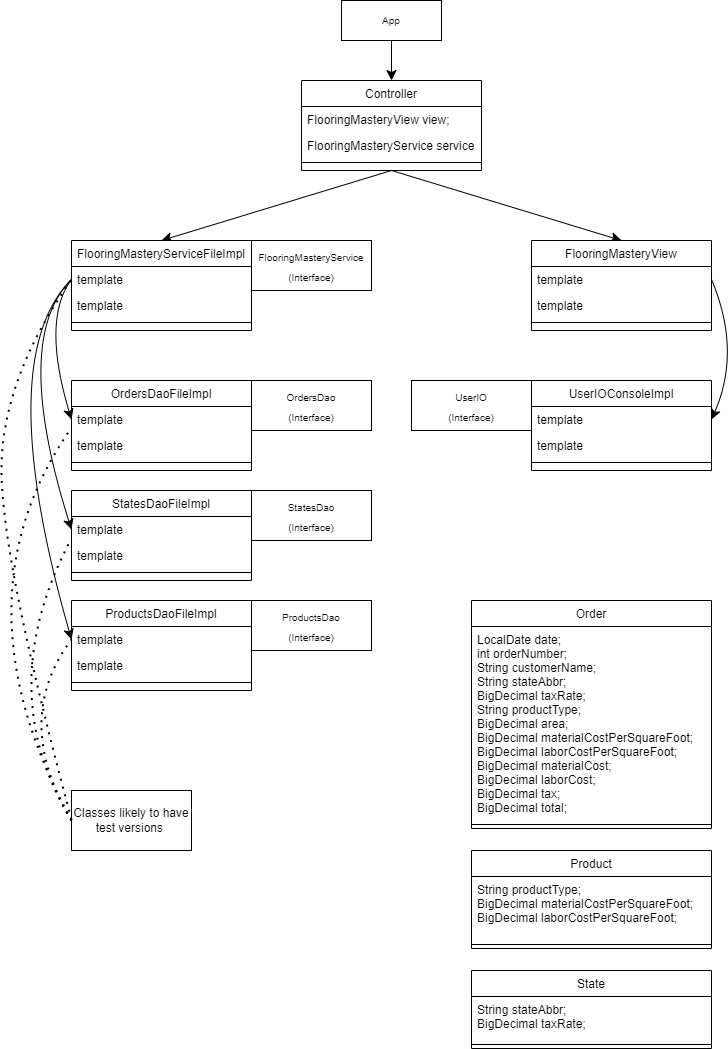
The draw.io diagram FlooringMasteryClassDiagram.drawio.png in winters828/winters828, before a commit. Source tidied: cells renumbered, new cells last; positions are measured from the earlier drawing's top-left corner, leaving out a move shared by most shapes.
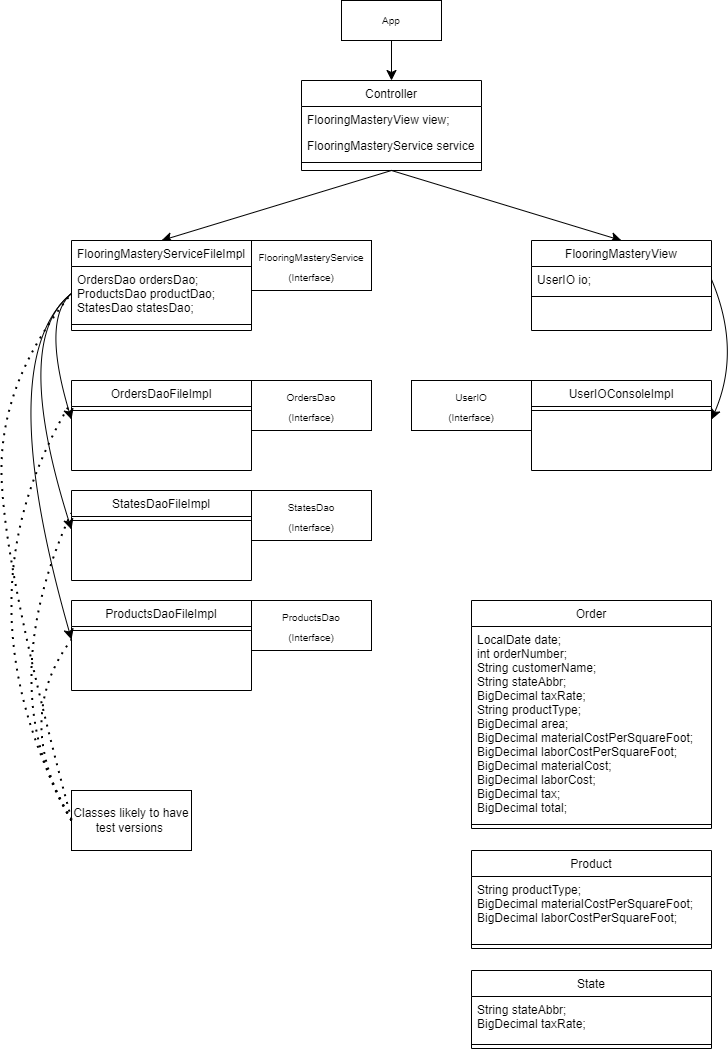
After the commit.

What changed in the source:
```diff
@@ -26,14 +26,11 @@
     <mxCell id="9" value="FlooringMasteryServiceFileImpl" style="swimlane;fontStyle=0;align=center;verticalAlign=top;horizontal=1;startSize=26;rounded=0;shadow=0;strokeWidth=1;" parent="1" vertex="1">
       <mxGeometry x="120" y="240" width="180" height="90" as="geometry" />
     </mxCell>
-    <mxCell id="10" value="template" style="text;align=left;verticalAlign=top;spacingLeft=4;spacingRight=4;overflow=hidden;points=[[0,0.5],[1,0.5]];portConstraint=eastwest;" parent="9" vertex="1">
-      <mxGeometry y="26" width="180" height="26" as="geometry" />
+    <mxCell id="10" value="OrdersDao ordersDao;&#10;ProductsDao productDao;&#10;StatesDao statesDao;" style="text;align=left;verticalAlign=top;spacingLeft=4;spacingRight=4;overflow=hidden;points=[[0,0.5],[1,0.5]];portConstraint=eastwest;" parent="9" vertex="1">
+      <mxGeometry y="26" width="180" height="54" as="geometry" />
     </mxCell>
-    <mxCell id="11" value="template" style="text;align=left;verticalAlign=top;spacingLeft=4;spacingRight=4;overflow=hidden;rounded=0;shadow=0;html=0;" parent="9" vertex="1">
-      <mxGeometry y="52" width="180" height="26" as="geometry" />
-    </mxCell>
     <mxCell id="12" style="line;html=1;strokeWidth=1;align=left;verticalAlign=middle;spacingTop=-1;spacingLeft=3;spacingRight=3;labelPosition=right;" parent="9" vertex="1">
-      <mxGeometry y="78" width="180" height="8" as="geometry" />
+      <mxGeometry y="80" width="180" height="8" as="geometry" />
     </mxCell>
     <mxCell id="13" style="edgeStyle=none;curved=1;rounded=0;orthogonalLoop=1;jettySize=auto;html=1;entryX=1;entryY=0.5;entryDx=0;entryDy=0;fontSize=12;startSize=8;endSize=8;" parent="9" edge="1" source="10" target="10">
       <mxGeometry relative="1" as="geometry" />
@@ -41,14 +38,11 @@
     <mxCell id="14" value="FlooringMasteryView" style="swimlane;fontStyle=0;align=center;verticalAlign=top;horizontal=1;startSize=26;rounded=0;shadow=0;strokeWidth=1;" parent="1" vertex="1">
       <mxGeometry x="580" y="240" width="180" height="90" as="geometry" />
     </mxCell>
-    <mxCell id="15" value="template" style="text;align=left;verticalAlign=top;spacingLeft=4;spacingRight=4;overflow=hidden;points=[[0,0.5],[1,0.5]];portConstraint=eastwest;" parent="14" vertex="1">
+    <mxCell id="15" value="UserIO io;" style="text;align=left;verticalAlign=top;spacingLeft=4;spacingRight=4;overflow=hidden;points=[[0,0.5],[1,0.5]];portConstraint=eastwest;" parent="14" vertex="1">
       <mxGeometry y="26" width="180" height="26" as="geometry" />
     </mxCell>
-    <mxCell id="16" value="template" style="text;align=left;verticalAlign=top;spacingLeft=4;spacingRight=4;overflow=hidden;rounded=0;shadow=0;html=0;" parent="14" vertex="1">
-      <mxGeometry y="52" width="180" height="26" as="geometry" />
-    </mxCell>
     <mxCell id="17" style="line;html=1;strokeWidth=1;align=left;verticalAlign=middle;spacingTop=-1;spacingLeft=3;spacingRight=3;labelPosition=right;" parent="14" vertex="1">
-      <mxGeometry y="78" width="180" height="8" as="geometry" />
+      <mxGeometry y="52" width="180" height="8" as="geometry" />
     </mxCell>
     <mxCell id="18" style="edgeStyle=none;curved=1;rounded=0;orthogonalLoop=1;jettySize=auto;html=1;entryX=1;entryY=0.5;entryDx=0;entryDy=0;fontSize=12;startSize=8;endSize=8;" parent="14" edge="1" source="15" target="15">
       <mxGeometry relative="1" as="geometry" />
@@ -56,64 +50,58 @@
     <mxCell id="19" value="OrdersDaoFileImpl" style="swimlane;fontStyle=0;align=center;verticalAlign=top;horizontal=1;startSize=26;rounded=0;shadow=0;strokeWidth=1;" parent="1" vertex="1">
       <mxGeometry x="120" y="380" width="180" height="90" as="geometry" />
     </mxCell>
-    <mxCell id="20" value="template" style="text;align=left;verticalAlign=top;spacingLeft=4;spacingRight=4;overflow=hidden;points=[[0,0.5],[1,0.5]];portConstraint=eastwest;" parent="19" vertex="1">
-      <mxGeometry y="26" width="180" height="26" as="geometry" />
-    </mxCell>
-    <mxCell id="21" value="template" style="text;align=left;verticalAlign=top;spacingLeft=4;spacingRight=4;overflow=hidden;points=[[0,0.5],[1,0.5]];portConstraint=eastwest;rounded=0;shadow=0;html=0;" parent="19" vertex="1">
-      <mxGeometry y="52" width="180" height="26" as="geometry" />
-    </mxCell>
     <mxCell id="22" style="line;html=1;strokeWidth=1;align=left;verticalAlign=middle;spacingTop=-1;spacingLeft=3;spacingRight=3;labelPosition=right;" parent="19" vertex="1">
-      <mxGeometry y="78" width="180" height="8" as="geometry" />
+      <mxGeometry y="26" width="180" height="8" as="geometry" />
     </mxCell>
-    <mxCell id="23" style="edgeStyle=none;curved=1;rounded=0;orthogonalLoop=1;jettySize=auto;html=1;entryX=1;entryY=0.5;entryDx=0;entryDy=0;fontSize=12;startSize=8;endSize=8;" parent="19" edge="1" source="20" target="20">
-      <mxGeometry relative="1" as="geometry" />
+    <mxCell id="23" style="edgeStyle=none;curved=1;rounded=0;orthogonalLoop=1;jettySize=auto;html=1;entryX=1;entryY=0.5;entryDx=0;entryDy=0;fontSize=12;startSize=8;endSize=8;" parent="19" edge="1">
+      <mxGeometry relative="1" as="geometry">
+        <mxPoint x="180" y="39" as="sourcePoint" />
+        <mxPoint x="180" y="39" as="targetPoint" />
+      </mxGeometry>
     </mxCell>
     <mxCell id="24" value="ProductsDaoFileImpl" style="swimlane;fontStyle=0;align=center;verticalAlign=top;horizontal=1;startSize=26;rounded=0;shadow=0;strokeWidth=1;" parent="1" vertex="1">
       <mxGeometry x="120" y="600" width="180" height="90" as="geometry" />
     </mxCell>
-    <mxCell id="25" value="template" style="text;align=left;verticalAlign=top;spacingLeft=4;spacingRight=4;overflow=hidden;points=[[0,0.5],[1,0.5]];portConstraint=eastwest;" parent="24" vertex="1">
-      <mxGeometry y="26" width="180" height="26" as="geometry" />
-    </mxCell>
-    <mxCell id="26" value="template" style="text;align=left;verticalAlign=top;spacingLeft=4;spacingRight=4;overflow=hidden;rounded=0;shadow=0;html=0;" parent="24" vertex="1">
-      <mxGeometry y="52" width="180" height="26" as="geometry" />
-    </mxCell>
     <mxCell id="27" style="line;html=1;strokeWidth=1;align=left;verticalAlign=middle;spacingTop=-1;spacingLeft=3;spacingRight=3;labelPosition=right;" parent="24" vertex="1">
-      <mxGeometry y="78" width="180" height="8" as="geometry" />
+      <mxGeometry y="26" width="180" height="8" as="geometry" />
     </mxCell>
-    <mxCell id="28" style="edgeStyle=none;curved=1;rounded=0;orthogonalLoop=1;jettySize=auto;html=1;entryX=1;entryY=0.5;entryDx=0;entryDy=0;fontSize=12;startSize=8;endSize=8;" parent="24" edge="1" source="25" target="25">
-      <mxGeometry relative="1" as="geometry" />
+    <mxCell id="28" style="edgeStyle=none;curved=1;rounded=0;orthogonalLoop=1;jettySize=auto;html=1;entryX=1;entryY=0.5;entryDx=0;entryDy=0;fontSize=12;startSize=8;endSize=8;" parent="24" edge="1">
+      <mxGeometry relative="1" as="geometry">
+        <mxPoint x="180" y="39" as="sourcePoint" />
+        <mxPoint x="180" y="39" as="targetPoint" />
+      </mxGeometry>
     </mxCell>
     <mxCell id="29" value="StatesDaoFileImpl" style="swimlane;fontStyle=0;align=center;verticalAlign=top;horizontal=1;startSize=26;rounded=0;shadow=0;strokeWidth=1;" parent="1" vertex="1">
       <mxGeometry x="120" y="490" width="180" height="90" as="geometry" />
     </mxCell>
-    <mxCell id="30" value="template" style="text;align=left;verticalAlign=top;spacingLeft=4;spacingRight=4;overflow=hidden;points=[[0,0.5],[1,0.5]];portConstraint=eastwest;" parent="29" vertex="1">
-      <mxGeometry y="26" width="180" height="26" as="geometry" />
-    </mxCell>
-    <mxCell id="31" value="template" style="text;align=left;verticalAlign=top;spacingLeft=4;spacingRight=4;overflow=hidden;points=[[0,0.5],[1,0.5]];portConstraint=eastwest;rounded=0;shadow=0;html=0;" parent="29" vertex="1">
-      <mxGeometry y="52" width="180" height="26" as="geometry" />
-    </mxCell>
     <mxCell id="32" style="line;html=1;strokeWidth=1;align=left;verticalAlign=middle;spacingTop=-1;spacingLeft=3;spacingRight=3;labelPosition=right;" parent="29" vertex="1">
-      <mxGeometry y="78" width="180" height="8" as="geometry" />
+      <mxGeometry y="26" width="180" height="8" as="geometry" />
     </mxCell>
-    <mxCell id="33" style="edgeStyle=none;curved=1;rounded=0;orthogonalLoop=1;jettySize=auto;html=1;entryX=1;entryY=0.5;entryDx=0;entryDy=0;fontSize=12;startSize=8;endSize=8;" parent="29" edge="1" source="30" target="30">
-      <mxGeometry relative="1" as="geometry" />
+    <mxCell id="33" style="edgeStyle=none;curved=1;rounded=0;orthogonalLoop=1;jettySize=auto;html=1;entryX=1;entryY=0.5;entryDx=0;entryDy=0;fontSize=12;startSize=8;endSize=8;" parent="29" edge="1">
+      <mxGeometry relative="1" as="geometry">
+        <mxPoint x="180" y="39" as="sourcePoint" />
+        <mxPoint x="180" y="39" as="targetPoint" />
+      </mxGeometry>
     </mxCell>
-    <mxCell id="34" style="edgeStyle=none;curved=1;rounded=0;jettySize=auto;html=1;exitX=0;exitY=0.5;exitDx=0;exitDy=0;fontSize=12;startSize=8;endSize=8;entryX=0;entryY=0.5;entryDx=0;entryDy=0;" parent="1" edge="1" source="10" target="20">
+    <mxCell id="34" style="edgeStyle=none;curved=1;rounded=0;jettySize=auto;html=1;exitX=0;exitY=0.5;exitDx=0;exitDy=0;fontSize=12;startSize=8;endSize=8;entryX=0;entryY=0.5;entryDx=0;entryDy=0;" parent="1" edge="1" source="10">
       <mxGeometry relative="1" as="geometry">
+        <mxPoint x="120" y="419" as="targetPoint" />
         <Array as="points">
           <mxPoint x="90" y="319" />
         </Array>
       </mxGeometry>
     </mxCell>
-    <mxCell id="35" style="edgeStyle=none;curved=1;rounded=0;jettySize=auto;html=1;exitX=0;exitY=0.5;exitDx=0;exitDy=0;fontSize=12;startSize=8;endSize=8;entryX=0;entryY=0.5;entryDx=0;entryDy=0;" parent="1" edge="1" source="10" target="30">
+    <mxCell id="35" style="edgeStyle=none;curved=1;rounded=0;jettySize=auto;html=1;exitX=0;exitY=0.5;exitDx=0;exitDy=0;fontSize=12;startSize=8;endSize=8;entryX=0;entryY=0.5;entryDx=0;entryDy=0;" parent="1" edge="1" source="10">
       <mxGeometry relative="1" as="geometry">
+        <mxPoint x="120" y="529" as="targetPoint" />
         <Array as="points">
           <mxPoint x="60" y="339" />
         </Array>
       </mxGeometry>
     </mxCell>
-    <mxCell id="36" style="edgeStyle=none;curved=1;rounded=0;jettySize=auto;html=1;exitX=0;exitY=0.5;exitDx=0;exitDy=0;fontSize=12;startSize=8;endSize=8;entryX=0;entryY=0.5;entryDx=0;entryDy=0;" parent="1" edge="1" source="10" target="25">
+    <mxCell id="36" style="edgeStyle=none;curved=1;rounded=0;jettySize=auto;html=1;exitX=0;exitY=0.5;exitDx=0;exitDy=0;fontSize=12;startSize=8;endSize=8;entryX=0;entryY=0.5;entryDx=0;entryDy=0;" parent="1" edge="1" source="10">
       <mxGeometry relative="1" as="geometry">
+        <mxPoint x="120" y="639" as="targetPoint" />
         <Array as="points">
           <mxPoint x="40" y="359" />
         </Array>
@@ -134,20 +122,18 @@
     <mxCell id="41" value="UserIOConsoleImpl" style="swimlane;fontStyle=0;align=center;verticalAlign=top;horizontal=1;startSize=26;rounded=0;shadow=0;strokeWidth=1;" parent="1" vertex="1">
       <mxGeometry x="580" y="380" width="180" height="90" as="geometry" />
     </mxCell>
-    <mxCell id="42" value="template" style="text;align=left;verticalAlign=top;spacingLeft=4;spacingRight=4;overflow=hidden;points=[[0,0.5],[1,0.5]];portConstraint=eastwest;" parent="41" vertex="1">
-      <mxGeometry y="26" width="180" height="26" as="geometry" />
-    </mxCell>
-    <mxCell id="43" value="template" style="text;align=left;verticalAlign=top;spacingLeft=4;spacingRight=4;overflow=hidden;rounded=0;shadow=0;html=0;" parent="41" vertex="1">
-      <mxGeometry y="52" width="180" height="26" as="geometry" />
-    </mxCell>
     <mxCell id="44" style="line;html=1;strokeWidth=1;align=left;verticalAlign=middle;spacingTop=-1;spacingLeft=3;spacingRight=3;labelPosition=right;" parent="41" vertex="1">
-      <mxGeometry y="78" width="180" height="8" as="geometry" />
+      <mxGeometry y="26" width="180" height="8" as="geometry" />
     </mxCell>
-    <mxCell id="45" style="edgeStyle=none;curved=1;rounded=0;orthogonalLoop=1;jettySize=auto;html=1;entryX=1;entryY=0.5;entryDx=0;entryDy=0;fontSize=12;startSize=8;endSize=8;" parent="41" edge="1" source="42" target="42">
-      <mxGeometry relative="1" as="geometry" />
+    <mxCell id="45" style="edgeStyle=none;curved=1;rounded=0;orthogonalLoop=1;jettySize=auto;html=1;entryX=1;entryY=0.5;entryDx=0;entryDy=0;fontSize=12;startSize=8;endSize=8;" parent="41" edge="1">
+      <mxGeometry relative="1" as="geometry">
+        <mxPoint x="180" y="39" as="sourcePoint" />
+        <mxPoint x="180" y="39" as="targetPoint" />
+      </mxGeometry>
     </mxCell>
-    <mxCell id="46" style="edgeStyle=none;curved=1;rounded=0;jettySize=auto;html=1;exitX=1;exitY=0.5;exitDx=0;exitDy=0;fontSize=10;startSize=8;endSize=8;entryX=1;entryY=0.5;entryDx=0;entryDy=0;" parent="1" edge="1" source="15" target="42">
+    <mxCell id="46" style="edgeStyle=none;curved=1;rounded=0;jettySize=auto;html=1;exitX=1;exitY=0.5;exitDx=0;exitDy=0;fontSize=10;startSize=8;endSize=8;entryX=1;entryY=0.5;entryDx=0;entryDy=0;" parent="1" edge="1" source="15">
       <mxGeometry relative="1" as="geometry">
+        <mxPoint x="760" y="419" as="targetPoint" />
         <Array as="points">
           <mxPoint x="790" y="350" />
         </Array>
@@ -198,8 +184,9 @@
     <mxCell id="61" style="edgeStyle=none;curved=1;rounded=0;orthogonalLoop=1;jettySize=auto;html=1;entryX=1;entryY=0.5;entryDx=0;entryDy=0;fontSize=12;startSize=8;endSize=8;" parent="58" edge="1" source="59" target="59">
       <mxGeometry relative="1" as="geometry" />
     </mxCell>
-    <mxCell id="62" style="endArrow=none;dashed=1;html=1;dashPattern=1 3;strokeWidth=2;rounded=0;fontSize=10;startSize=8;endSize=8;curved=1;entryX=0;entryY=0.5;entryDx=0;entryDy=0;exitX=0;exitY=0.5;exitDx=0;exitDy=0;" parent="1" edge="1" source="63" target="25">
+    <mxCell id="62" style="endArrow=none;dashed=1;html=1;dashPattern=1 3;strokeWidth=2;rounded=0;fontSize=10;startSize=8;endSize=8;curved=1;entryX=0;entryY=0.5;entryDx=0;entryDy=0;exitX=0;exitY=0.5;exitDx=0;exitDy=0;" parent="1" edge="1" source="63">
       <mxGeometry relative="1" as="geometry">
+        <mxPoint x="120" y="639" as="targetPoint" />
         <Array as="points">
           <mxPoint x="60" y="719" />
         </Array>
@@ -208,15 +195,17 @@
     <mxCell id="63" value="&lt;span style=&quot;font-size: 12px;&quot;&gt;Classes likely to have&lt;br&gt;test versions&amp;nbsp;&lt;br&gt;&lt;/span&gt;" style="rounded=0;whiteSpace=wrap;html=1;fontSize=10;" parent="1" vertex="1">
       <mxGeometry x="120" y="790" width="120" height="60" as="geometry" />
     </mxCell>
-    <mxCell id="64" style="endArrow=none;dashed=1;html=1;dashPattern=1 3;strokeWidth=2;rounded=0;fontSize=12;startSize=8;endSize=8;curved=1;entryX=-0.002;entryY=-0.132;entryDx=0;entryDy=0;entryPerimeter=0;exitX=0;exitY=0.5;exitDx=0;exitDy=0;" parent="1" edge="1" source="63" target="31">
+    <mxCell id="64" style="endArrow=none;dashed=1;html=1;dashPattern=1 3;strokeWidth=2;rounded=0;fontSize=12;startSize=8;endSize=8;curved=1;entryX=-0.002;entryY=-0.132;entryDx=0;entryDy=0;entryPerimeter=0;exitX=0;exitY=0.5;exitDx=0;exitDy=0;" parent="1" edge="1" source="63">
       <mxGeometry relative="1" as="geometry">
+        <mxPoint x="119.6" y="512.6" as="targetPoint" />
         <Array as="points">
           <mxPoint x="40" y="689" />
         </Array>
       </mxGeometry>
     </mxCell>
-    <mxCell id="65" style="endArrow=none;dashed=1;html=1;dashPattern=1 3;strokeWidth=2;rounded=0;fontSize=12;startSize=8;endSize=8;curved=1;entryX=-0.002;entryY=-0.165;entryDx=0;entryDy=0;entryPerimeter=0;exitX=0;exitY=0.5;exitDx=0;exitDy=0;" parent="1" edge="1" source="63" target="21">
+    <mxCell id="65" style="endArrow=none;dashed=1;html=1;dashPattern=1 3;strokeWidth=2;rounded=0;fontSize=12;startSize=8;endSize=8;curved=1;entryX=-0.002;entryY=-0.165;entryDx=0;entryDy=0;entryPerimeter=0;exitX=0;exitY=0.5;exitDx=0;exitDy=0;" parent="1" edge="1" source="63">
       <mxGeometry relative="1" as="geometry">
+        <mxPoint x="119.6" y="401.7" as="targetPoint" />
         <Array as="points">
           <mxPoint y="599" />
         </Array>
```
